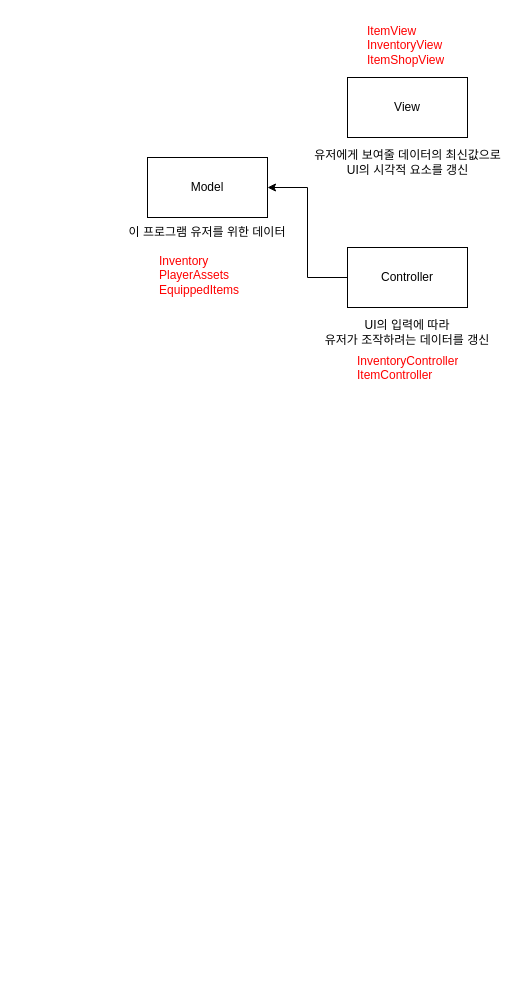
Earlier version of the draw.io diagram DesignPractice/DesignPractice.drawio (Unity-Boot-Camp-13th/UnityEngineBasic). Source tidied: cells renumbered, new cells numbered last; positions are measured from the earlier drawing's top-left corner, leaving out a move shared by most shapes. Both pictures are drawn from the tidied source at 100%, with x=0, y=0 at pixel (122, 17).
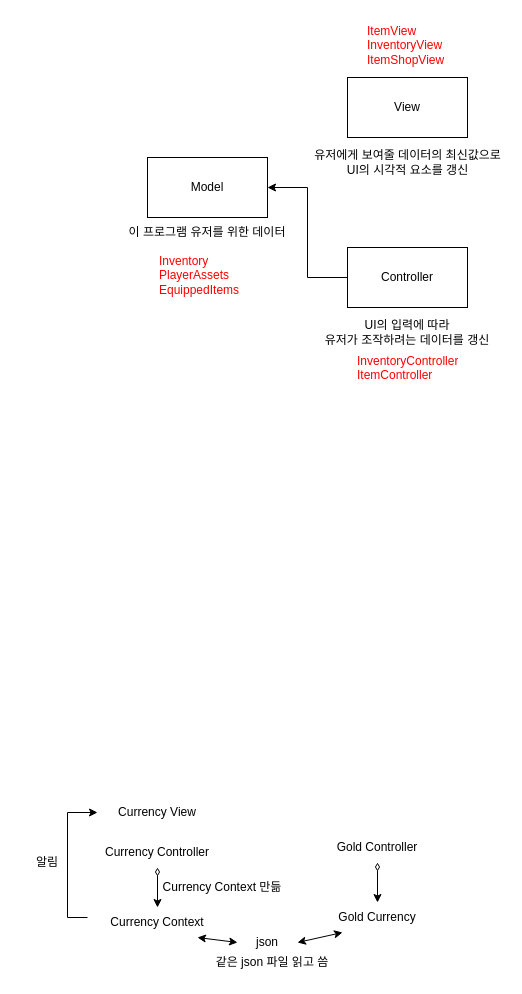
The same page after the edit.

Change to the diagram source:
```diff
@@
+    <mxCell id="12" style="edgeStyle=orthogonalEdgeStyle;rounded=0;jettySize=auto;html=1;startArrow=diamondThin;startFill=0;" parent="1" edge="1" source="13" target="15">
+      <mxGeometry relative="1" as="geometry" />
+    </mxCell>
+    <mxCell id="13" value="Currency Controller" style="text;html=1;align=center;verticalAlign=middle;whiteSpace=wrap;rounded=0;" parent="1" vertex="1">
+      <mxGeometry x="-35" y="820" width="140" height="30" as="geometry" />
+    </mxCell>
+    <mxCell id="14" style="edgeStyle=orthogonalEdgeStyle;rounded=0;jettySize=auto;html=1;entryX=0;entryY=0.5;entryDx=0;entryDy=0;" parent="1" edge="1" source="15" target="17">
+      <mxGeometry relative="1" as="geometry">
+        <Array as="points">
+          <mxPoint x="-55" y="900" />
+          <mxPoint x="-55" y="795" />
+        </Array>
+      </mxGeometry>
+    </mxCell>
+    <mxCell id="15" value="Currency Context" style="text;html=1;align=center;verticalAlign=middle;whiteSpace=wrap;rounded=0;" parent="1" vertex="1">
+      <mxGeometry x="-35" y="890" width="140" height="30" as="geometry" />
+    </mxCell>
+    <mxCell id="16" value="Currency Context 만듦" style="text;html=1;align=center;verticalAlign=middle;whiteSpace=wrap;rounded=0;" parent="1" vertex="1">
+      <mxGeometry x="25" y="855" width="150" height="30" as="geometry" />
+    </mxCell>
+    <mxCell id="17" value="Currency View" style="text;html=1;align=center;verticalAlign=middle;whiteSpace=wrap;rounded=0;" parent="1" vertex="1">
+      <mxGeometry x="-25" y="780" width="120" height="30" as="geometry" />
+    </mxCell>
+    <mxCell id="18" value="알림" style="text;html=1;align=center;verticalAlign=middle;whiteSpace=wrap;rounded=0;" parent="1" vertex="1">
+      <mxGeometry x="-105" y="830" width="60" height="30" as="geometry" />
+    </mxCell>
+    <mxCell id="19" value="json" style="text;html=1;align=center;verticalAlign=middle;whiteSpace=wrap;rounded=0;" parent="1" vertex="1">
+      <mxGeometry x="115" y="910" width="60" height="30" as="geometry" />
+    </mxCell>
+    <mxCell id="20" style="endArrow=classic;startArrow=classic;html=1;rounded=0;entryX=0;entryY=0.5;entryDx=0;entryDy=0;" parent="1" edge="1" target="19">
+      <mxGeometry relative="1" as="geometry">
+        <mxPoint x="75" y="920" as="sourcePoint" />
+      </mxGeometry>
+    </mxCell>
+    <mxCell id="21" style="edgeStyle=orthogonalEdgeStyle;rounded=0;jettySize=auto;html=1;startArrow=diamondThin;startFill=0;" parent="1" edge="1" source="22" target="23">
+      <mxGeometry relative="1" as="geometry" />
+    </mxCell>
+    <mxCell id="22" value="Gold Controller" style="text;html=1;align=center;verticalAlign=middle;whiteSpace=wrap;rounded=0;" parent="1" vertex="1">
+      <mxGeometry x="185" y="815" width="140" height="30" as="geometry" />
+    </mxCell>
+    <mxCell id="23" value="Gold Currency" style="text;html=1;align=center;verticalAlign=middle;whiteSpace=wrap;rounded=0;" parent="1" vertex="1">
+      <mxGeometry x="185" y="885" width="140" height="30" as="geometry" />
+    </mxCell>
+    <mxCell id="24" style="endArrow=classic;startArrow=classic;html=1;rounded=0;entryX=1;entryY=0.5;entryDx=0;entryDy=0;exitX=0.25;exitY=1;exitDx=0;exitDy=0;" parent="1" edge="1" source="23" target="19">
+      <mxGeometry relative="1" as="geometry" />
+    </mxCell>
+    <mxCell id="25" value="같은 json 파일 읽고 씀" style="text;html=1;align=center;verticalAlign=middle;whiteSpace=wrap;rounded=0;" parent="1" vertex="1">
+      <mxGeometry x="75" y="930" width="150" height="30" as="geometry" />
+    </mxCell>
```
